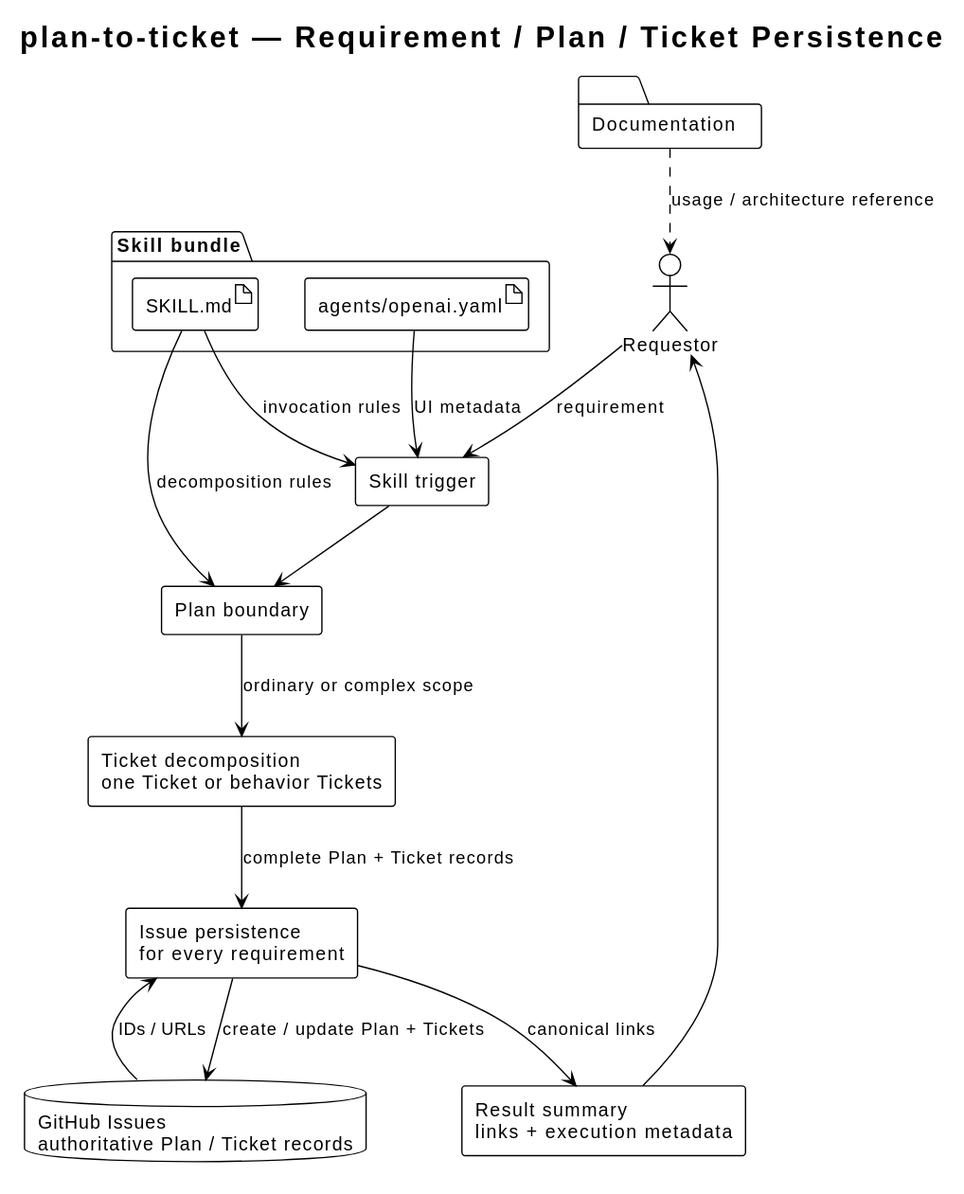
i-zrhe2016/codex-development-workflow keeps this PlantUML diagram as docs/skills/plan-to-ticket/diagrams/plan-to-ticket-architecture.svg. Above is the earlier version.
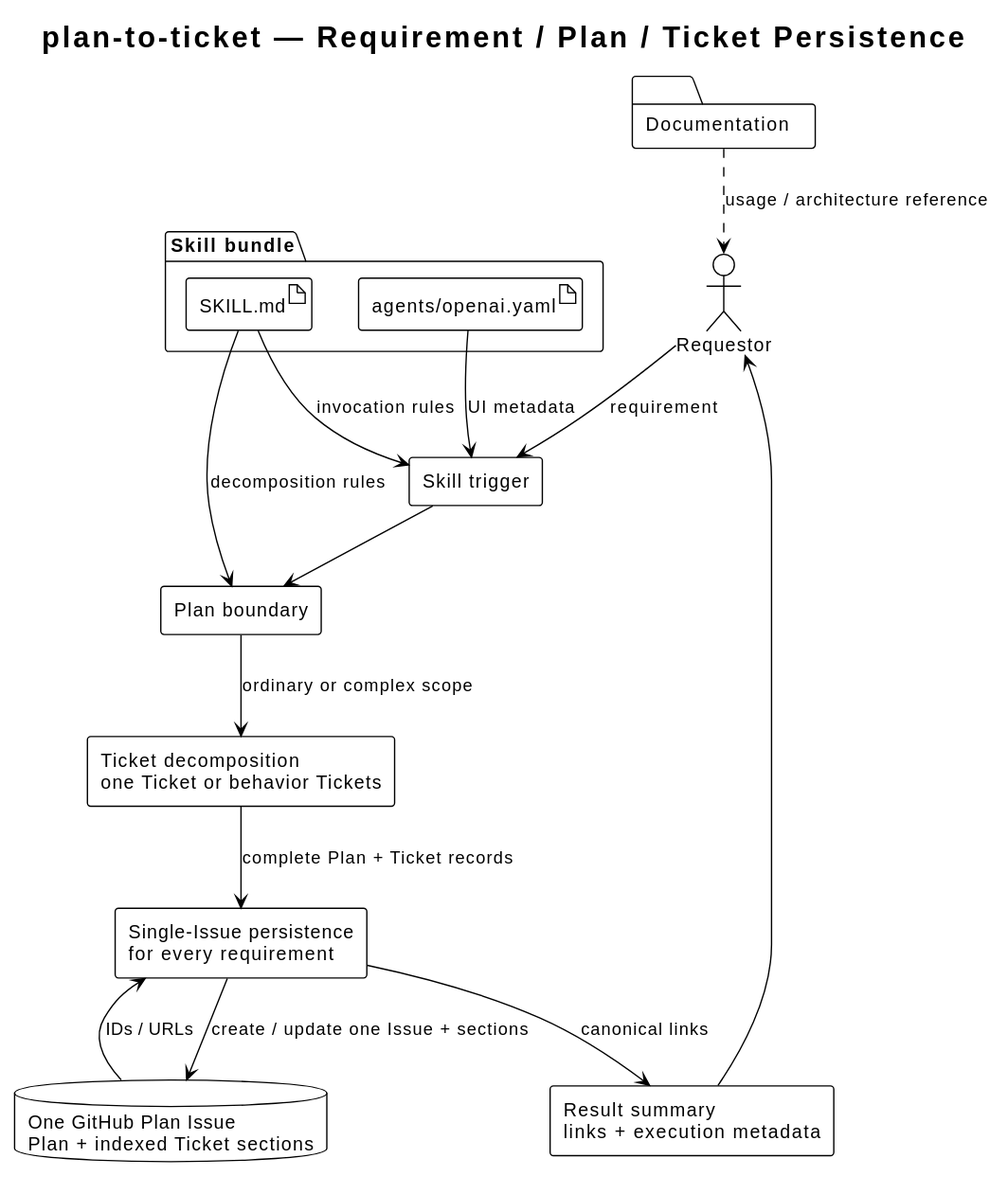
After the change.

The edit, as a diff of the source:
```diff
@@ -11,8 +11,8 @@
 component "Skill trigger" as trigger
 component "Plan boundary" as plan
 component "Ticket decomposition\none Ticket or behavior Tickets" as tickets
-component "Issue persistence\nfor every requirement" as persistence
-database "GitHub Issues\nauthoritative Plan / Ticket records" as issues
+component "Single-Issue persistence\nfor every requirement" as persistence
+database "One GitHub Plan Issue\nPlan + indexed Ticket sections" as issues
 component "Result summary\nlinks + execution metadata" as output
 
 folder "Skill bundle" as bundle {
@@ -25,7 +25,7 @@
 trigger --> plan
 plan --> tickets : ordinary or complex scope
 tickets --> persistence : complete Plan + Ticket records
-persistence --> issues : create / update Plan + Tickets
+persistence --> issues : create / update one Issue + sections
 issues --> persistence : IDs / URLs
 persistence --> output : canonical links
 output --> requestor
```
